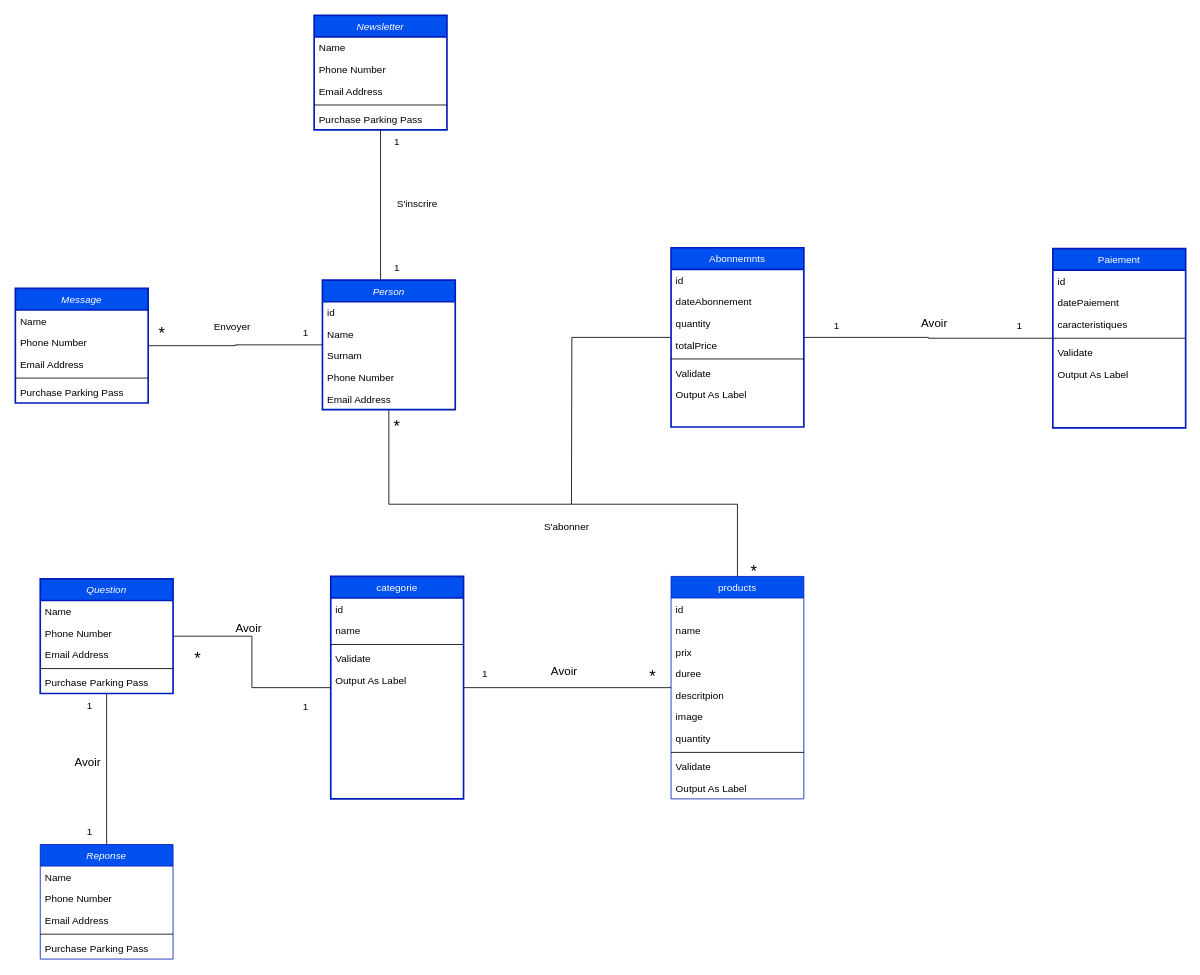
Earlier version of the draw.io diagram Diagramme sans nom.drawio (benbasse/Plateforme_streaming). Source tidied: cells renumbered, new cells numbered last; positions are measured from the earlier drawing's top-left corner, leaving out a move shared by most shapes. Both pictures are drawn from the tidied source at 83%, with x=0, y=0 at pixel (15, 15).
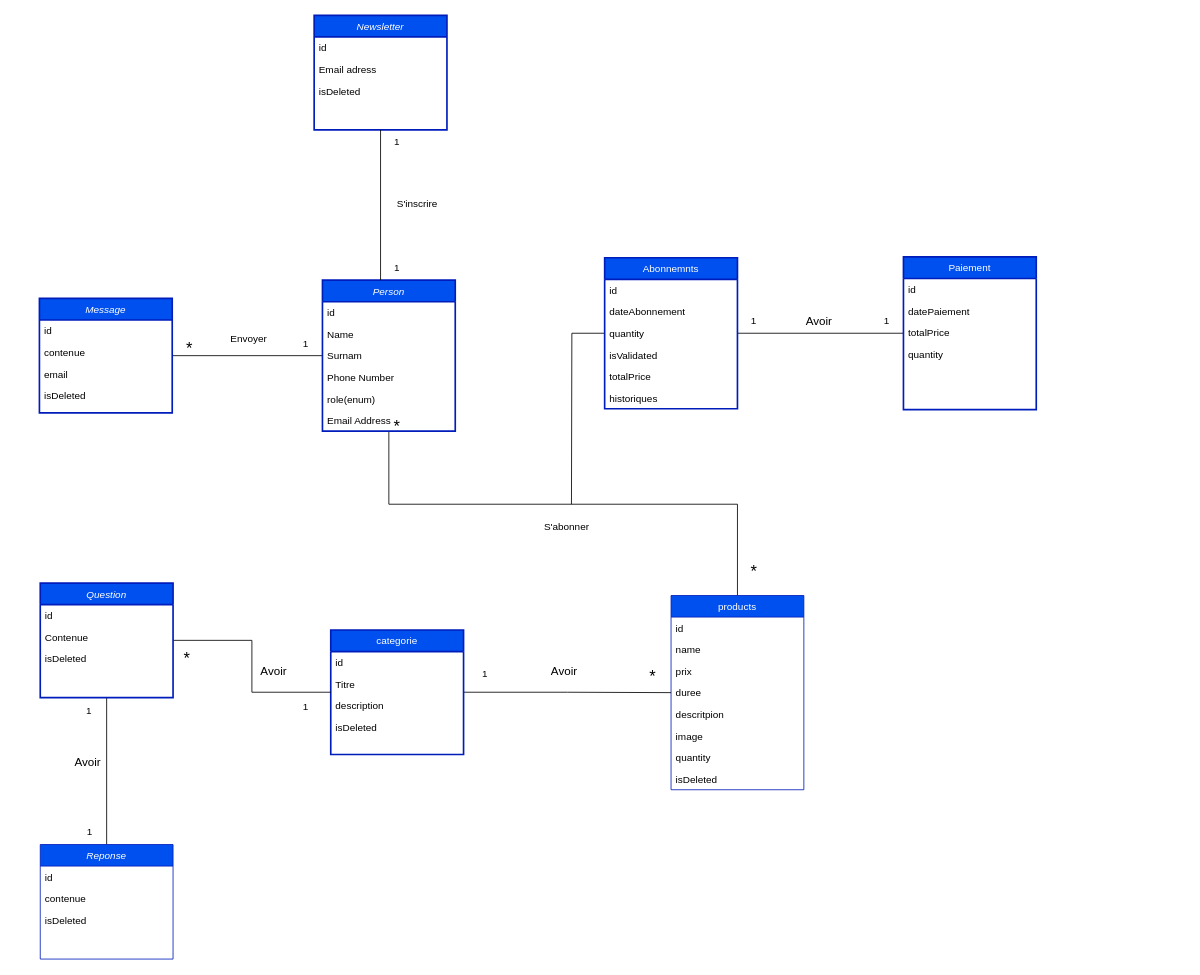
After the change.

Commit message:
Mettre à jour Diagramme sans nom.drawio

The change refers to these unchanged cells:
```xml
<mxCell id="64" value="Reponse" style="swimlane;fontStyle=2;align=center;verticalAlign=top;horizontal=1;startSize=26;rounded=0;shadow=0;strokeWidth=1;fillColor=#0050ef;fontColor=#ffffff;strokeColor=#001DBC;" parent="1" vertex="1">
  <mxGeometry x="30" y="999" width="160" height="138" as="geometry" />
</mxCell>
<mxCell id="81" value="Newsletter" style="swimlane;fontStyle=2;align=center;verticalAlign=top;horizontal=1;startSize=26;rounded=0;shadow=0;strokeWidth=2;fillColor=#0050ef;fontColor=#ffffff;strokeColor=#001DBC;" parent="1" vertex="1">
  <mxGeometry x="360" width="160" height="138" as="geometry" />
</mxCell>
```

The edit, as a diff of the source:
```diff
@@
     <mxCell id="4" value="Person" style="swimlane;fontStyle=2;align=center;verticalAlign=top;horizontal=1;startSize=26;rounded=0;shadow=0;strokeWidth=2;fillColor=#0050ef;fontColor=#ffffff;strokeColor=#001DBC;" parent="1" vertex="1">
-      <mxGeometry x="370" y="319" width="160" height="156" as="geometry" />
+      <mxGeometry x="370" y="319" width="160" height="182" as="geometry" />
     </mxCell>
@@
+    <mxCell id="93" value="role(enum)" style="text;align=left;verticalAlign=top;spacingLeft=4;spacingRight=4;overflow=hidden;rounded=0;shadow=0;html=0;" parent="4" vertex="1">
+      <mxGeometry y="130" width="160" height="26" as="geometry" />
+    </mxCell>
     <mxCell id="9" value="Email Address" style="text;align=left;verticalAlign=top;spacingLeft=4;spacingRight=4;overflow=hidden;rounded=0;shadow=0;html=0;" parent="4" vertex="1">
-      <mxGeometry y="130" width="160" height="26" as="geometry" />
+      <mxGeometry y="156" width="160" height="26" as="geometry" />
     </mxCell>
     <mxCell id="10" value="products" style="swimlane;fontStyle=0;align=center;verticalAlign=top;horizontal=1;startSize=26;rounded=0;shadow=0;strokeWidth=1;fillColor=#0050ef;fontColor=#ffffff;strokeColor=#001DBC;" parent="1" vertex="1">
-      <mxGeometry x="790" y="676" width="160" height="268" as="geometry" />
+      <mxGeometry x="790" y="699" width="160" height="234" as="geometry" />
     </mxCell>
@@
-    <mxCell id="18" style="line;html=1;strokeWidth=1;align=left;verticalAlign=middle;spacingTop=-1;spacingLeft=3;spacingRight=3;labelPosition=right;" parent="10" vertex="1">
-      <mxGeometry y="208" width="160" height="8" as="geometry" />
-    </mxCell>
-    <mxCell id="19" value="Validate" style="text;align=left;verticalAlign=top;spacingLeft=4;spacingRight=4;overflow=hidden;" parent="10" vertex="1">
-      <mxGeometry y="216" width="160" height="26" as="geometry" />
-    </mxCell>
-    <mxCell id="20" value="Output As Label" style="text;align=left;verticalAlign=top;spacingLeft=4;spacingRight=4;overflow=hidden;" parent="10" vertex="1">
-      <mxGeometry y="242" width="160" height="26" as="geometry" />
-    </mxCell>
+    <mxCell id="94" value="isDeleted" style="text;align=left;verticalAlign=top;spacingLeft=4;spacingRight=4;overflow=hidden;rounded=0;shadow=0;html=0;" parent="10" vertex="1">
+      <mxGeometry y="208" width="160" height="26" as="geometry" />
+    </mxCell>
@@
     <mxCell id="23" value="Abonnemnts" style="swimlane;fontStyle=0;align=center;verticalAlign=top;horizontal=1;startSize=26;rounded=0;shadow=0;strokeWidth=2;fillColor=#0050ef;fontColor=#ffffff;strokeColor=#001DBC;" parent="1" vertex="1">
-      <mxGeometry x="790" y="280" width="160" height="216" as="geometry" />
+      <mxGeometry x="710" y="292" width="160" height="182" as="geometry" />
     </mxCell>
@@
+    <mxCell id="95" value="isValidated" style="text;align=left;verticalAlign=top;spacingLeft=4;spacingRight=4;overflow=hidden;rounded=0;shadow=0;html=0;" parent="23" vertex="1">
+      <mxGeometry y="104" width="160" height="26" as="geometry" />
+    </mxCell>
     <mxCell id="27" value="totalPrice" style="text;align=left;verticalAlign=top;spacingLeft=4;spacingRight=4;overflow=hidden;rounded=0;shadow=0;html=0;" parent="23" vertex="1">
-      <mxGeometry y="104" width="160" height="26" as="geometry" />
+      <mxGeometry y="130" width="160" height="26" as="geometry" />
     </mxCell>
-    <mxCell id="28" style="line;html=1;strokeWidth=1;align=left;verticalAlign=middle;spacingTop=-1;spacingLeft=3;spacingRight=3;labelPosition=right;" parent="23" vertex="1">
-      <mxGeometry y="130" width="160" height="8" as="geometry" />
-    </mxCell>
-    <mxCell id="29" value="Validate" style="text;align=left;verticalAlign=top;spacingLeft=4;spacingRight=4;overflow=hidden;" parent="23" vertex="1">
-      <mxGeometry y="138" width="160" height="26" as="geometry" />
-    </mxCell>
-    <mxCell id="30" value="Output As Label" style="text;align=left;verticalAlign=top;spacingLeft=4;spacingRight=4;overflow=hidden;" parent="23" vertex="1">
-      <mxGeometry y="164" width="160" height="26" as="geometry" />
-    </mxCell>
+    <mxCell id="96" value="historiques &#10;&#10;" style="text;align=left;verticalAlign=top;spacingLeft=4;spacingRight=4;overflow=hidden;rounded=0;shadow=0;html=0;" parent="23" vertex="1">
+      <mxGeometry y="156" width="160" height="26" as="geometry" />
+    </mxCell>
@@
     <mxCell id="33" value="Paiement" style="swimlane;fontStyle=0;align=center;verticalAlign=top;horizontal=1;startSize=26;rounded=0;shadow=0;strokeWidth=2;fillColor=#0050ef;fontColor=#ffffff;strokeColor=#001DBC;" parent="1" vertex="1">
-      <mxGeometry x="1250" y="281" width="160" height="216" as="geometry" />
+      <mxGeometry x="1070" y="291" width="160" height="184" as="geometry" />
     </mxCell>
@@
-    <mxCell id="36" value="caracteristiques" style="text;align=left;verticalAlign=top;spacingLeft=4;spacingRight=4;overflow=hidden;rounded=0;shadow=0;html=0;" parent="33" vertex="1">
+    <mxCell id="36" value="totalPrice" style="text;align=left;verticalAlign=top;spacingLeft=4;spacingRight=4;overflow=hidden;rounded=0;shadow=0;html=0;" parent="33" vertex="1">
       <mxGeometry y="78" width="160" height="26" as="geometry" />
     </mxCell>
-    <mxCell id="37" style="line;html=1;strokeWidth=1;align=left;verticalAlign=middle;spacingTop=-1;spacingLeft=3;spacingRight=3;labelPosition=right;" parent="33" vertex="1">
-      <mxGeometry y="104" width="160" height="8" as="geometry" />
-    </mxCell>
-    <mxCell id="38" value="Validate" style="text;align=left;verticalAlign=top;spacingLeft=4;spacingRight=4;overflow=hidden;" parent="33" vertex="1">
-      <mxGeometry y="112" width="160" height="26" as="geometry" />
-    </mxCell>
-    <mxCell id="39" value="Output As Label" style="text;align=left;verticalAlign=top;spacingLeft=4;spacingRight=4;overflow=hidden;" parent="33" vertex="1">
-      <mxGeometry y="138" width="160" height="26" as="geometry" />
-    </mxCell>
+    <mxCell id="97" value="quantity" style="text;align=left;verticalAlign=top;spacingLeft=4;spacingRight=4;overflow=hidden;rounded=0;shadow=0;html=0;" parent="33" vertex="1">
+      <mxGeometry y="104" width="160" height="26" as="geometry" />
+    </mxCell>
@@
     <mxCell id="42" value="categorie" style="swimlane;fontStyle=0;align=center;verticalAlign=top;horizontal=1;startSize=26;rounded=0;shadow=0;strokeWidth=2;fillColor=#0050ef;fontColor=#ffffff;strokeColor=#001DBC;" parent="1" vertex="1">
-      <mxGeometry x="380" y="676" width="160" height="268" as="geometry" />
+      <mxGeometry x="380" y="740.5" width="160" height="150" as="geometry" />
     </mxCell>
@@
-    <mxCell id="44" value="name" style="text;align=left;verticalAlign=top;spacingLeft=4;spacingRight=4;overflow=hidden;rounded=0;shadow=0;html=0;" parent="42" vertex="1">
+    <mxCell id="44" value="Titre" style="text;align=left;verticalAlign=top;spacingLeft=4;spacingRight=4;overflow=hidden;rounded=0;shadow=0;html=0;" parent="42" vertex="1">
       <mxGeometry y="52" width="160" height="26" as="geometry" />
     </mxCell>
-    <mxCell id="45" style="line;html=1;strokeWidth=1;align=left;verticalAlign=middle;spacingTop=-1;spacingLeft=3;spacingRight=3;labelPosition=right;" parent="42" vertex="1">
-      <mxGeometry y="78" width="160" height="8" as="geometry" />
-    </mxCell>
-    <mxCell id="46" value="Validate" style="text;align=left;verticalAlign=top;spacingLeft=4;spacingRight=4;overflow=hidden;" parent="42" vertex="1">
-      <mxGeometry y="86" width="160" height="26" as="geometry" />
-    </mxCell>
-    <mxCell id="47" value="Output As Label" style="text;align=left;verticalAlign=top;spacingLeft=4;spacingRight=4;overflow=hidden;" parent="42" vertex="1">
-      <mxGeometry y="112" width="160" height="26" as="geometry" />
-    </mxCell>
+    <mxCell id="98" value="description" style="text;align=left;verticalAlign=top;spacingLeft=4;spacingRight=4;overflow=hidden;rounded=0;shadow=0;html=0;" parent="42" vertex="1">
+      <mxGeometry y="78" width="160" height="26" as="geometry" />
+    </mxCell>
+    <mxCell id="99" value="isDeleted" style="text;align=left;verticalAlign=top;spacingLeft=4;spacingRight=4;overflow=hidden;rounded=0;shadow=0;html=0;" parent="42" vertex="1">
+      <mxGeometry y="104" width="160" height="26" as="geometry" />
+    </mxCell>
@@
     <mxCell id="50" value="Message" style="swimlane;fontStyle=2;align=center;verticalAlign=top;horizontal=1;startSize=26;rounded=0;shadow=0;strokeWidth=2;fillColor=#0050ef;fontColor=#ffffff;strokeColor=#001DBC;" parent="1" vertex="1">
-      <mxGeometry y="329" width="160" height="138" as="geometry" />
+      <mxGeometry x="29" y="341" width="160" height="138" as="geometry" />
     </mxCell>
-    <mxCell id="51" value="Name" style="text;align=left;verticalAlign=top;spacingLeft=4;spacingRight=4;overflow=hidden;" parent="50" vertex="1">
+    <mxCell id="51" value="id" style="text;align=left;verticalAlign=top;spacingLeft=4;spacingRight=4;overflow=hidden;" parent="50" vertex="1">
       <mxGeometry y="26" width="160" height="26" as="geometry" />
     </mxCell>
-    <mxCell id="52" value="Phone Number" style="text;align=left;verticalAlign=top;spacingLeft=4;spacingRight=4;overflow=hidden;rounded=0;shadow=0;html=0;" parent="50" vertex="1">
+    <mxCell id="52" value="contenue" style="text;align=left;verticalAlign=top;spacingLeft=4;spacingRight=4;overflow=hidden;rounded=0;shadow=0;html=0;" parent="50" vertex="1">
       <mxGeometry y="52" width="160" height="26" as="geometry" />
     </mxCell>
-    <mxCell id="53" value="Email Address" style="text;align=left;verticalAlign=top;spacingLeft=4;spacingRight=4;overflow=hidden;rounded=0;shadow=0;html=0;" parent="50" vertex="1">
-      <mxGeometry y="78" width="160" height="26" as="geometry" />
-    </mxCell>
-    <mxCell id="54" style="line;html=1;strokeWidth=1;align=left;verticalAlign=middle;spacingTop=-1;spacingLeft=3;spacingRight=3;labelPosition=right;" parent="50" vertex="1">
-      <mxGeometry y="104" width="160" height="8" as="geometry" />
-    </mxCell>
-    <mxCell id="55" value="Purchase Parking Pass" style="text;align=left;verticalAlign=top;spacingLeft=4;spacingRight=4;overflow=hidden;" parent="50" vertex="1">
-      <mxGeometry y="112" width="160" height="26" as="geometry" />
-    </mxCell>
+    <mxCell id="100" value="email" style="text;align=left;verticalAlign=top;spacingLeft=4;spacingRight=4;overflow=hidden;rounded=0;shadow=0;html=0;" parent="50" vertex="1">
+      <mxGeometry y="78" width="160" height="26" as="geometry" />
+    </mxCell>
+    <mxCell id="101" value="isDeleted" style="text;align=left;verticalAlign=top;spacingLeft=4;spacingRight=4;overflow=hidden;rounded=0;shadow=0;html=0;" parent="50" vertex="1">
+      <mxGeometry y="104" width="160" height="26" as="geometry" />
+    </mxCell>
@@
     <mxCell id="58" value="Question" style="swimlane;fontStyle=2;align=center;verticalAlign=top;horizontal=1;startSize=26;rounded=0;shadow=0;strokeWidth=2;fillColor=#0050ef;fontColor=#ffffff;strokeColor=#001DBC;" parent="1" vertex="1">
-      <mxGeometry x="30" y="679" width="160" height="138" as="geometry" />
+      <mxGeometry x="30" y="684" width="160" height="138" as="geometry" />
     </mxCell>
-    <mxCell id="59" value="Name" style="text;align=left;verticalAlign=top;spacingLeft=4;spacingRight=4;overflow=hidden;" parent="58" vertex="1">
+    <mxCell id="59" value="id" style="text;align=left;verticalAlign=top;spacingLeft=4;spacingRight=4;overflow=hidden;" parent="58" vertex="1">
       <mxGeometry y="26" width="160" height="26" as="geometry" />
     </mxCell>
-    <mxCell id="60" value="Phone Number" style="text;align=left;verticalAlign=top;spacingLeft=4;spacingRight=4;overflow=hidden;rounded=0;shadow=0;html=0;" parent="58" vertex="1">
+    <mxCell id="60" value="Contenue" style="text;align=left;verticalAlign=top;spacingLeft=4;spacingRight=4;overflow=hidden;rounded=0;shadow=0;html=0;" parent="58" vertex="1">
       <mxGeometry y="52" width="160" height="26" as="geometry" />
     </mxCell>
-    <mxCell id="61" value="Email Address" style="text;align=left;verticalAlign=top;spacingLeft=4;spacingRight=4;overflow=hidden;rounded=0;shadow=0;html=0;" parent="58" vertex="1">
-      <mxGeometry y="78" width="160" height="26" as="geometry" />
-    </mxCell>
-    <mxCell id="62" style="line;html=1;strokeWidth=1;align=left;verticalAlign=middle;spacingTop=-1;spacingLeft=3;spacingRight=3;labelPosition=right;" parent="58" vertex="1">
-      <mxGeometry y="104" width="160" height="8" as="geometry" />
-    </mxCell>
-    <mxCell id="63" value="Purchase Parking Pass" style="text;align=left;verticalAlign=top;spacingLeft=4;spacingRight=4;overflow=hidden;" parent="58" vertex="1">
-      <mxGeometry y="112" width="160" height="26" as="geometry" />
-    </mxCell>
+    <mxCell id="102" value="isDeleted" style="text;align=left;verticalAlign=top;spacingLeft=4;spacingRight=4;overflow=hidden;rounded=0;shadow=0;html=0;" parent="58" vertex="1">
+      <mxGeometry y="78" width="160" height="26" as="geometry" />
+    </mxCell>
@@
-    <mxCell id="65" value="Name" style="text;align=left;verticalAlign=top;spacingLeft=4;spacingRight=4;overflow=hidden;" parent="64" vertex="1">
+    <mxCell id="65" value="id" style="text;align=left;verticalAlign=top;spacingLeft=4;spacingRight=4;overflow=hidden;" parent="64" vertex="1">
       <mxGeometry y="26" width="160" height="26" as="geometry" />
     </mxCell>
-    <mxCell id="66" value="Phone Number" style="text;align=left;verticalAlign=top;spacingLeft=4;spacingRight=4;overflow=hidden;rounded=0;shadow=0;html=0;" parent="64" vertex="1">
+    <mxCell id="66" value="contenue" style="text;align=left;verticalAlign=top;spacingLeft=4;spacingRight=4;overflow=hidden;rounded=0;shadow=0;html=0;" parent="64" vertex="1">
       <mxGeometry y="52" width="160" height="26" as="geometry" />
     </mxCell>
-    <mxCell id="67" value="Email Address" style="text;align=left;verticalAlign=top;spacingLeft=4;spacingRight=4;overflow=hidden;rounded=0;shadow=0;html=0;" parent="64" vertex="1">
-      <mxGeometry y="78" width="160" height="26" as="geometry" />
-    </mxCell>
-    <mxCell id="68" style="line;html=1;strokeWidth=1;align=left;verticalAlign=middle;spacingTop=-1;spacingLeft=3;spacingRight=3;labelPosition=right;" parent="64" vertex="1">
-      <mxGeometry y="104" width="160" height="8" as="geometry" />
-    </mxCell>
-    <mxCell id="69" value="Purchase Parking Pass" style="text;align=left;verticalAlign=top;spacingLeft=4;spacingRight=4;overflow=hidden;" parent="64" vertex="1">
-      <mxGeometry y="112" width="160" height="26" as="geometry" />
-    </mxCell>
+    <mxCell id="103" value="isDeleted" style="text;align=left;verticalAlign=top;spacingLeft=4;spacingRight=4;overflow=hidden;rounded=0;shadow=0;html=0;" parent="64" vertex="1">
+      <mxGeometry y="78" width="160" height="26" as="geometry" />
+    </mxCell>
     <mxCell id="70" value="&lt;font style=&quot;font-size: 20px;&quot;&gt;*&lt;/font&gt;" style="text;html=1;align=center;verticalAlign=middle;whiteSpace=wrap;rounded=0;" parent="1" vertex="1">
-      <mxGeometry x="190" y="759" width="60" height="30" as="geometry" />
+      <mxGeometry x="177" y="759" width="60" height="30" as="geometry" />
     </mxCell>
@@
     <mxCell id="73" value="1" style="text;html=1;align=center;verticalAlign=middle;whiteSpace=wrap;rounded=0;" parent="1" vertex="1">
-      <mxGeometry x="60" y="817" width="60" height="30" as="geometry" />
+      <mxGeometry x="59" y="823" width="60" height="30" as="geometry" />
     </mxCell>
     <mxCell id="74" value="1" style="text;html=1;align=center;verticalAlign=middle;whiteSpace=wrap;rounded=0;" parent="1" vertex="1">
-      <mxGeometry x="960" y="359" width="60" height="30" as="geometry" />
+      <mxGeometry x="860" y="353" width="60" height="30" as="geometry" />
     </mxCell>
     <mxCell id="75" value="1" style="text;html=1;align=center;verticalAlign=middle;whiteSpace=wrap;rounded=0;" parent="1" vertex="1">
-      <mxGeometry x="1180" y="359" width="60" height="30" as="geometry" />
+      <mxGeometry x="1020" y="353" width="60" height="30" as="geometry" />
     </mxCell>
     <mxCell id="76" value="&lt;font style=&quot;font-size: 14px;&quot;&gt;Avoir&lt;/font&gt;" style="text;html=1;align=center;verticalAlign=middle;labelBackgroundColor=none;rounded=0;shadow=0;strokeWidth=1;fontSize=12;" parent="1" vertex="1">
-      <mxGeometry x="1110" y="364" as="geometry">
+      <mxGeometry x="971" y="361" as="geometry">
         <mxPoint x="-4" y="6" as="offset" />
       </mxGeometry>
     </mxCell>
@@
     <mxCell id="78" value="&lt;font style=&quot;font-size: 14px;&quot;&gt;Avoir&lt;/font&gt;" style="text;html=1;align=center;verticalAlign=middle;labelBackgroundColor=none;rounded=0;shadow=0;strokeWidth=1;fontSize=12;" parent="1" vertex="1">
-      <mxGeometry x="790" y="398" as="geometry">
+      <mxGeometry x="820" y="449" as="geometry">
         <mxPoint x="-510" y="340" as="offset" />
       </mxGeometry>
     </mxCell>
     <mxCell id="79" value="Envoyer" style="text;html=1;align=center;verticalAlign=middle;labelBackgroundColor=none;rounded=0;shadow=0;strokeWidth=1;fontSize=12;" parent="1" vertex="1">
-      <mxGeometry x="770" y="35" as="geometry">
+      <mxGeometry x="790" y="49" as="geometry">
         <mxPoint x="-510" y="340" as="offset" />
       </mxGeometry>
     </mxCell>
@@
-    <mxCell id="82" value="Name" style="text;align=left;verticalAlign=top;spacingLeft=4;spacingRight=4;overflow=hidden;" parent="81" vertex="1">
+    <mxCell id="82" value="id" style="text;align=left;verticalAlign=top;spacingLeft=4;spacingRight=4;overflow=hidden;" parent="81" vertex="1">
       <mxGeometry y="26" width="160" height="26" as="geometry" />
     </mxCell>
-    <mxCell id="83" value="Phone Number" style="text;align=left;verticalAlign=top;spacingLeft=4;spacingRight=4;overflow=hidden;rounded=0;shadow=0;html=0;" parent="81" vertex="1">
+    <mxCell id="83" value="Email adress" style="text;align=left;verticalAlign=top;spacingLeft=4;spacingRight=4;overflow=hidden;rounded=0;shadow=0;html=0;" parent="81" vertex="1">
       <mxGeometry y="52" width="160" height="26" as="geometry" />
     </mxCell>
-    <mxCell id="84" value="Email Address" style="text;align=left;verticalAlign=top;spacingLeft=4;spacingRight=4;overflow=hidden;rounded=0;shadow=0;html=0;" parent="81" vertex="1">
-      <mxGeometry y="78" width="160" height="26" as="geometry" />
-    </mxCell>
-    <mxCell id="85" style="line;html=1;strokeWidth=1;align=left;verticalAlign=middle;spacingTop=-1;spacingLeft=3;spacingRight=3;labelPosition=right;" parent="81" vertex="1">
-      <mxGeometry y="104" width="160" height="8" as="geometry" />
-    </mxCell>
-    <mxCell id="86" value="Purchase Parking Pass" style="text;align=left;verticalAlign=top;spacingLeft=4;spacingRight=4;overflow=hidden;" parent="81" vertex="1">
-      <mxGeometry y="112" width="160" height="26" as="geometry" />
-    </mxCell>
+    <mxCell id="104" value="isDeleted" style="text;align=left;verticalAlign=top;spacingLeft=4;spacingRight=4;overflow=hidden;rounded=0;shadow=0;html=0;" parent="81" vertex="1">
+      <mxGeometry y="78" width="160" height="26" as="geometry" />
+    </mxCell>
@@
     <mxCell id="88" value="&lt;font style=&quot;font-size: 20px;&quot;&gt;*&lt;/font&gt;" style="text;html=1;align=center;verticalAlign=middle;whiteSpace=wrap;rounded=0;" parent="1" vertex="1">
-      <mxGeometry x="147" y="368" width="60" height="30" as="geometry" />
+      <mxGeometry x="180" y="385" width="60" height="30" as="geometry" />
     </mxCell>
     <mxCell id="89" value="1" style="text;html=1;align=center;verticalAlign=middle;whiteSpace=wrap;rounded=0;" parent="1" vertex="1">
-      <mxGeometry x="320" y="368" width="60" height="30" as="geometry" />
+      <mxGeometry x="320" y="381" width="60" height="30" as="geometry" />
     </mxCell>
```
